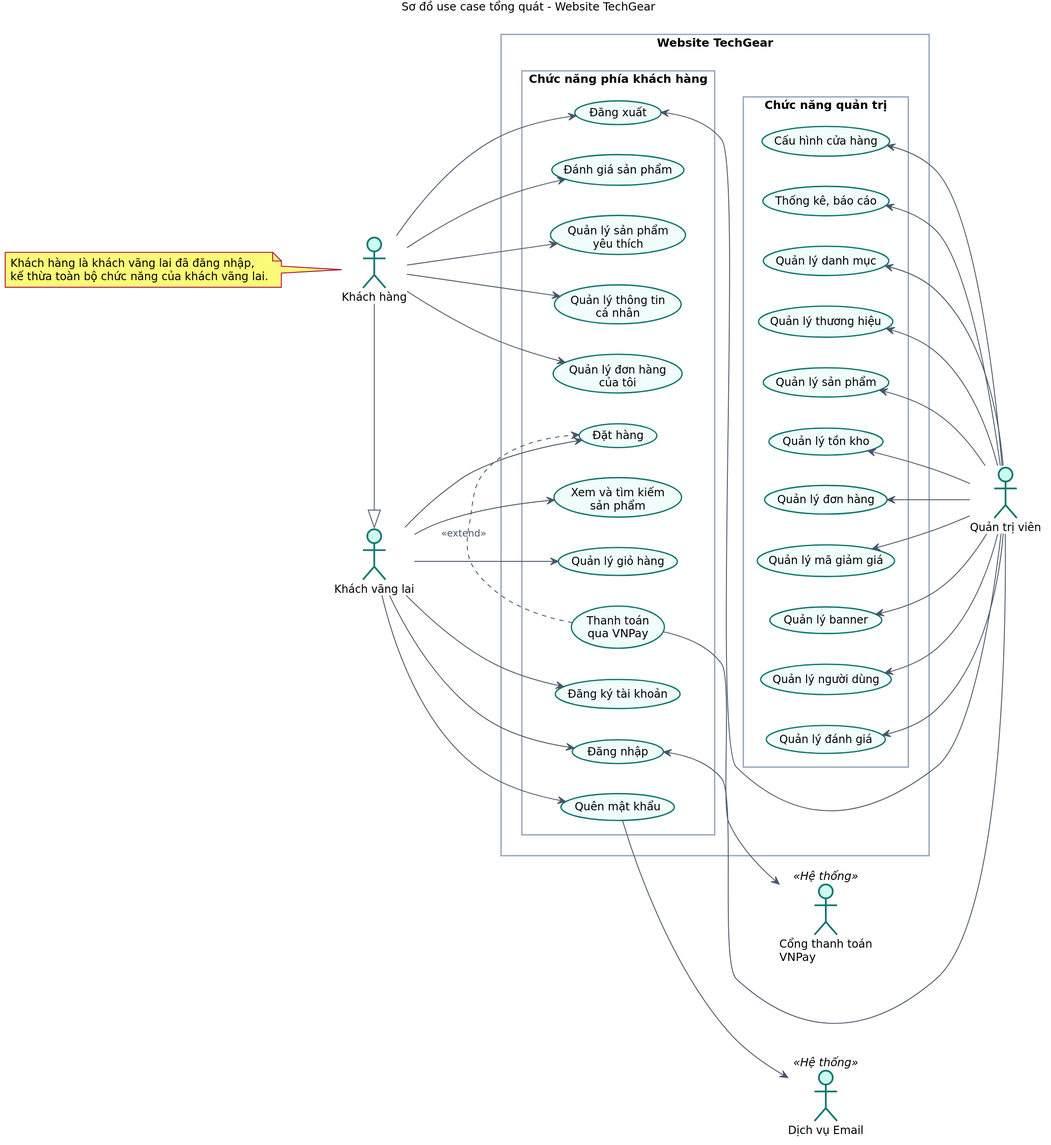
Before: docs/so-do-use-case/01_use_case_tong_quat.svg, a diagram exported from PlantUML (phdinh254/TechGear).
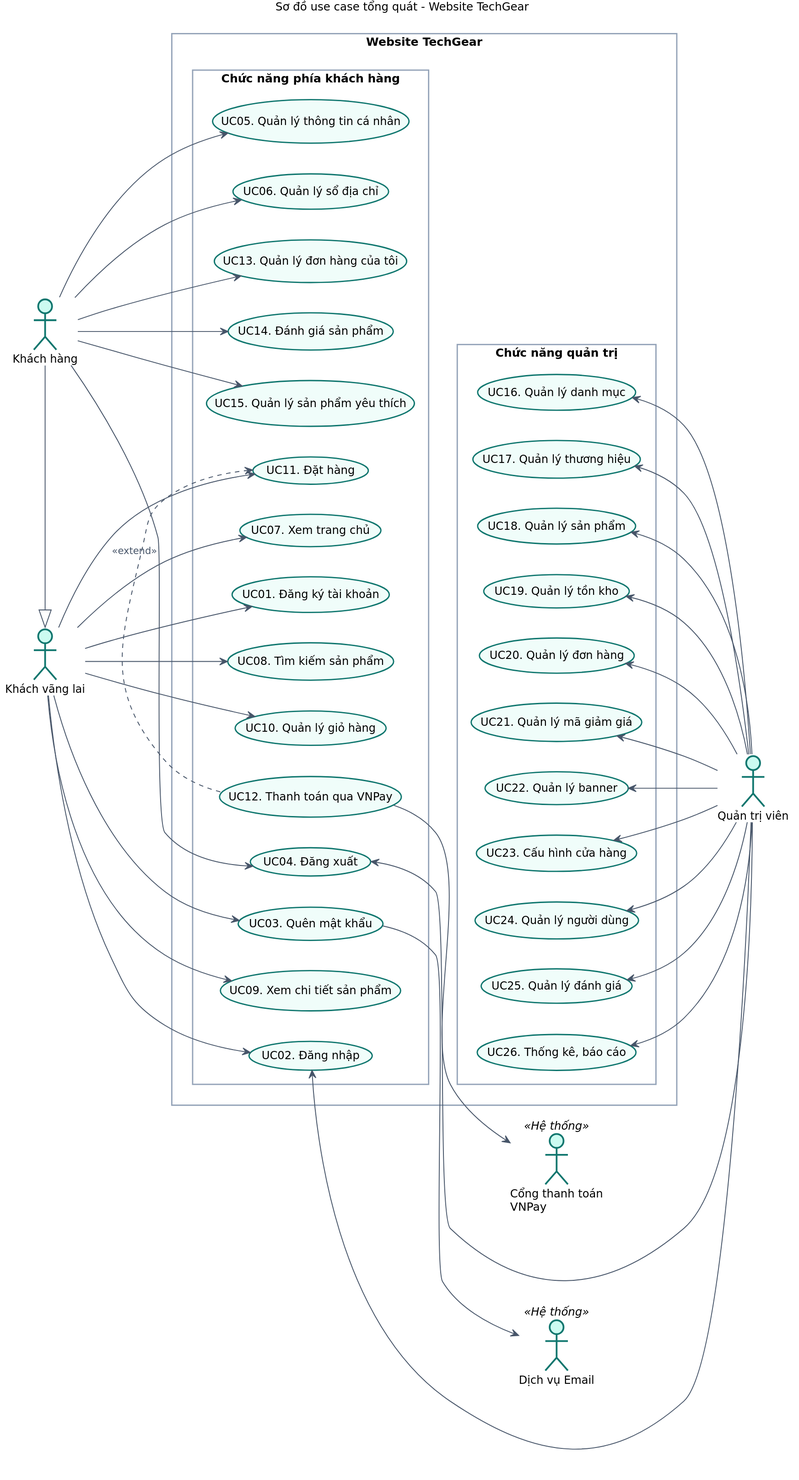
Above is the later version.

Diff of the diagram source:
```diff
@@ -4,7 +4,6 @@
 skinparam defaultFontSize 13
 skinparam shadowing false
 skinparam dpi 130
-skinparam actorStyle awesome
 skinparam packageStyle rectangle
 skinparam usecase {
   BackgroundColor #F0FDFA
@@ -32,75 +31,77 @@
 KH -|> KVL
 
 rectangle "Website TechGear" {
- rectangle "Chức năng phía khách hàng" as GKH {
-  usecase "Xem và tìm kiếm\nsản phẩm" as UC1
-  usecase "Quản lý giỏ hàng" as UC2
-  usecase "Đặt hàng" as UC3
-  usecase "Thanh toán\nqua VNPay" as UC4
-  usecase "Đăng ký tài khoản" as UC5
-  usecase "Đăng nhập" as UC6
-  usecase "Quên mật khẩu" as UC7
+  rectangle "Chức năng phía khách hàng" as GKH {
+    usecase "UC01. Đăng ký tài khoản" as UC01
+    usecase "UC03. Quên mật khẩu" as UC03
+    usecase "UC05. Quản lý thông tin cá nhân" as UC05
+    usecase "UC06. Quản lý sổ địa chỉ" as UC06
+    usecase "UC07. Xem trang chủ" as UC07
+    usecase "UC08. Tìm kiếm sản phẩm" as UC08
+    usecase "UC09. Xem chi tiết sản phẩm" as UC09
+    usecase "UC10. Quản lý giỏ hàng" as UC10
+    usecase "UC11. Đặt hàng" as UC11
+    usecase "UC12. Thanh toán qua VNPay" as UC12
+    usecase "UC13. Quản lý đơn hàng của tôi" as UC13
+    usecase "UC14. Đánh giá sản phẩm" as UC14
+    usecase "UC15. Quản lý sản phẩm yêu thích" as UC15
+    usecase "UC02. Đăng nhập" as UC02
+    usecase "UC04. Đăng xuất" as UC04
+  }
 
-  usecase "Quản lý thông tin\ncá nhân" as UC8
-  usecase "Quản lý đơn hàng\ncủa tôi" as UC9
-  usecase "Đánh giá sản phẩm" as UC10
-  usecase "Quản lý sản phẩm\nyêu thích" as UC11
-  usecase "Đăng xuất" as UC12
-
-}
- rectangle "Chức năng quản trị" as GQT {
-  usecase "Quản lý danh mục" as AD1
-  usecase "Quản lý thương hiệu" as AD2
-  usecase "Quản lý sản phẩm" as AD3
-  usecase "Quản lý tồn kho" as AD4
-  usecase "Quản lý đơn hàng" as AD5
-  usecase "Quản lý mã giảm giá" as AD6
-  usecase "Quản lý banner" as AD7
-  usecase "Quản lý người dùng" as AD8
-  usecase "Quản lý đánh giá" as AD9
-  usecase "Cấu hình cửa hàng" as AD10
-  usecase "Thống kê, báo cáo" as AD11
- }
+  rectangle "Chức năng quản trị" as GQT {
+    usecase "UC16. Quản lý danh mục" as UC16
+    usecase "UC17. Quản lý thương hiệu" as UC17
+    usecase "UC18. Quản lý sản phẩm" as UC18
+    usecase "UC19. Quản lý tồn kho" as UC19
+    usecase "UC20. Quản lý đơn hàng" as UC20
+    usecase "UC21. Quản lý mã giảm giá" as UC21
+    usecase "UC22. Quản lý banner" as UC22
+    usecase "UC23. Cấu hình cửa hàng" as UC23
+    usecase "UC24. Quản lý người dùng" as UC24
+    usecase "UC25. Quản lý đánh giá" as UC25
+    usecase "UC26. Thống kê, báo cáo" as UC26
+  }
 }
 
-KVL --> UC1
-KVL --> UC2
-KVL --> UC3
-KVL --> UC5
-KVL --> UC6
-KVL --> UC7
+KVL --> UC01
+KVL --> UC02
+KVL --> UC03
+KVL --> UC07
+KVL --> UC08
+KVL --> UC09
+KVL --> UC10
+KVL --> UC11
 
-KH --> UC8
-KH --> UC9
-KH --> UC10
-KH --> UC11
-KH --> UC12
+KH --> UC04
+KH --> UC05
+KH --> UC06
+KH --> UC13
+KH --> UC14
+KH --> UC15
 
-UC4 .> UC3 : <<extend>>
-UC4 --> VNP
-UC7 --> MAIL
+UC02 <-- QTV
+UC04 <-- QTV
+UC16 <-- QTV
+UC17 <-- QTV
+UC18 <-- QTV
+UC19 <-- QTV
+UC20 <-- QTV
+UC21 <-- QTV
+UC22 <-- QTV
+UC23 <-- QTV
+UC24 <-- QTV
+UC25 <-- QTV
+UC26 <-- QTV
 
-UC6 <-- QTV
-UC12 <-- QTV
-AD1 <-- QTV
-AD2 <-- QTV
-AD3 <-- QTV
-AD4 <-- QTV
-AD5 <-- QTV
-AD6 <-- QTV
-AD7 <-- QTV
-AD8 <-- QTV
-AD9 <-- QTV
-AD10 <-- QTV
-AD11 <-- QTV
+UC11 <. UC12 : <<extend>>
+UC12 --> VNP
+UC03 --> MAIL
 
-UC1 -[hidden]-> AD1
-UC2 -[hidden]-> AD3
-UC8 -[hidden]-> AD5
-UC9 -[hidden]-> AD8
-
-note left of KH
-  Khách hàng là khách vãng lai đã đăng nhập,
-  kế thừa toàn bộ chức năng của khách vãng lai.
-end note
+UC07 -[hidden]-> UC16
+UC08 -[hidden]-> UC18
+UC10 -[hidden]-> UC20
+UC13 -[hidden]-> UC22
+UC14 -[hidden]-> UC24
+UC15 -[hidden]-> UC26
 @enduml
```
